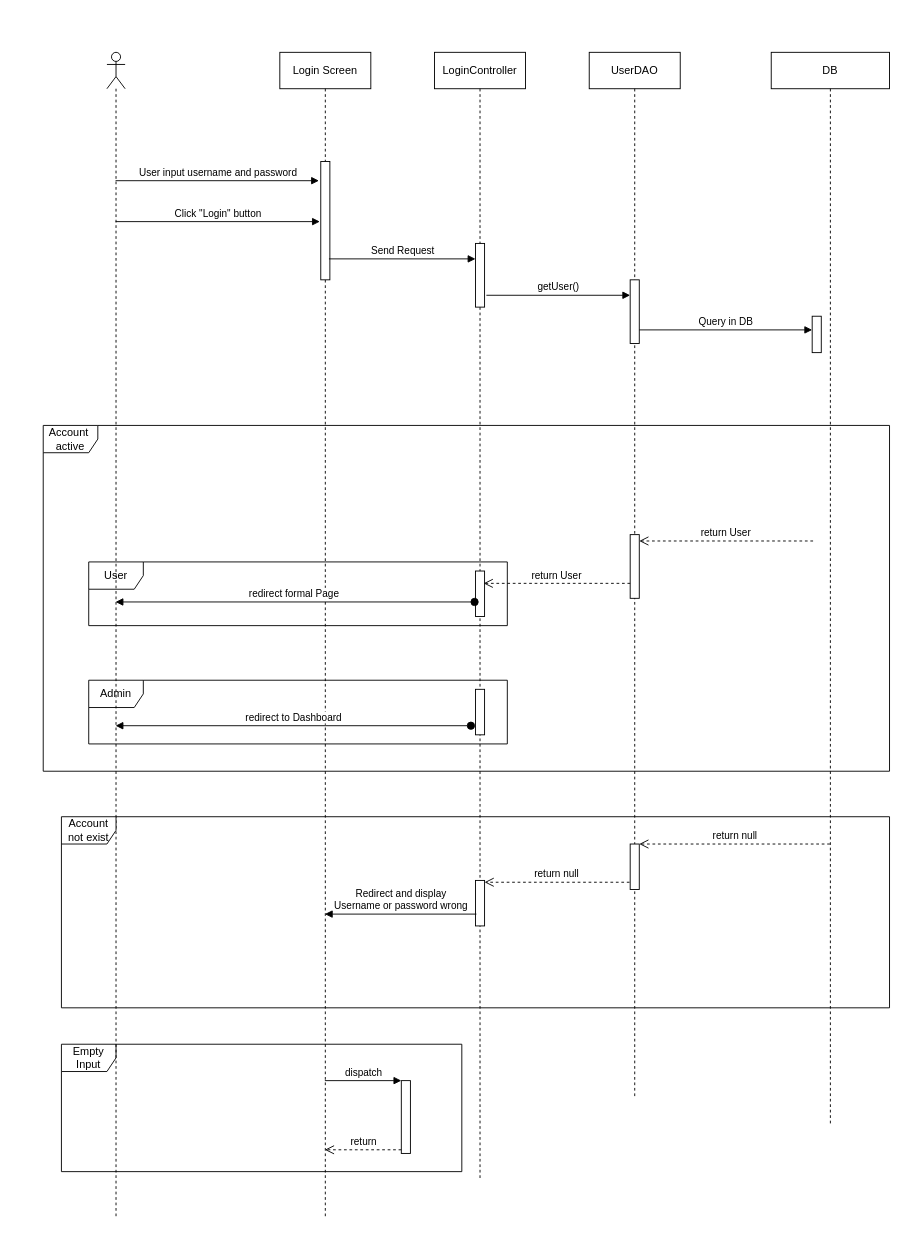
Earlier version of the draw.io diagram page "login 2" (2 of 6) of te1.drawio (baspdd/desktop-tutorial). Source tidied: cells renumbered, new cells numbered last; positions are measured from the earlier drawing's top-left corner, leaving out a move shared by most shapes. Both pictures are drawn from the tidied source at 91%, with x=0, y=0 at pixel (43, 52).
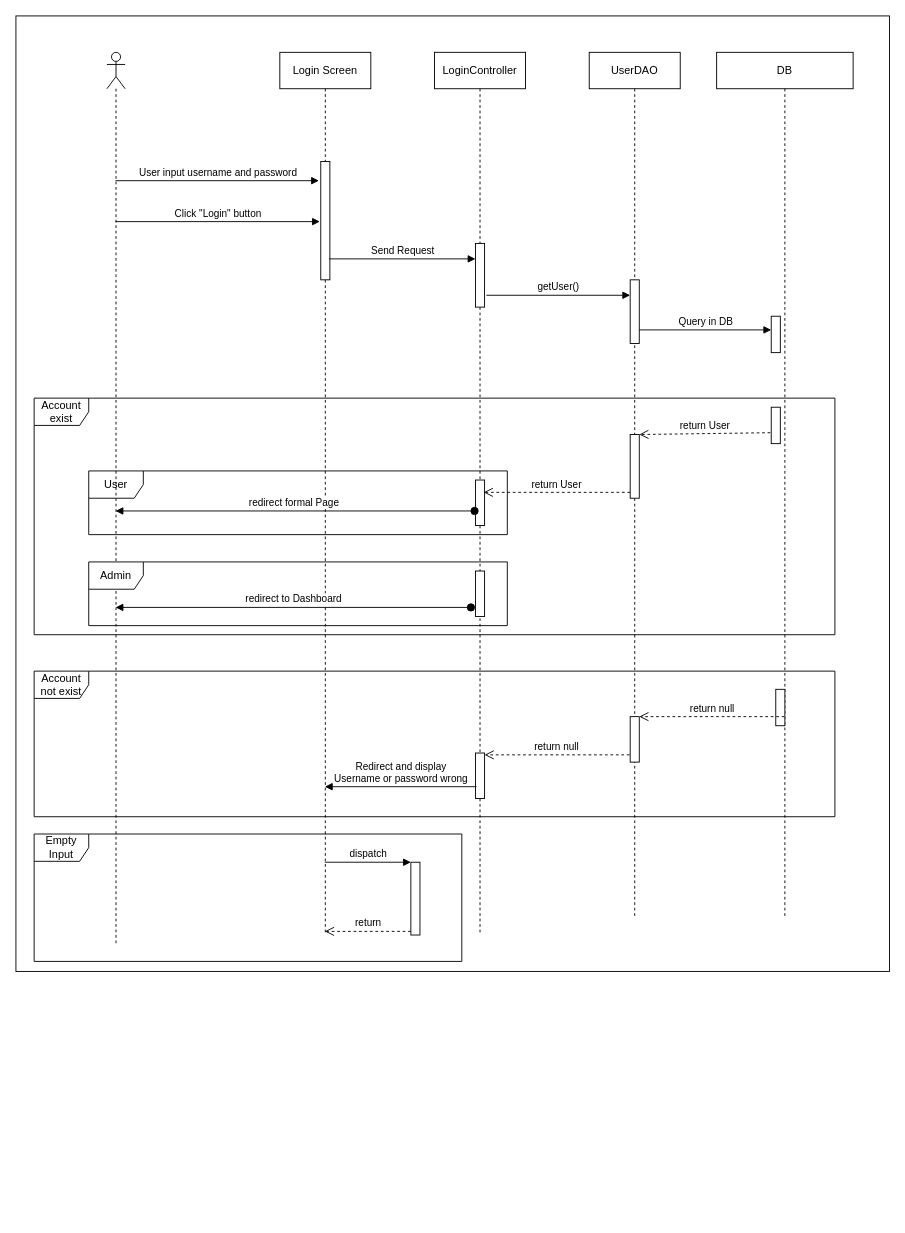
After the change.

The edit, as a diff of the source:
```diff
@@
+    <mxCell id="36" style="rounded=0;whiteSpace=wrap;html=1;" parent="1" vertex="1">
+      <mxGeometry x="-30" y="-40" width="960" height="1050" as="geometry" />
+    </mxCell>
     <mxCell id="2" value="Empty Input" style="shape=umlFrame;whiteSpace=wrap;html=1;" parent="1" vertex="1">
-      <mxGeometry x="20" y="1090" width="440" height="140" as="geometry" />
+      <mxGeometry x="-10" y="859" width="470" height="140" as="geometry" />
     </mxCell>
     <mxCell id="3" value="User" style="shape=umlFrame;whiteSpace=wrap;html=1;" parent="1" vertex="1">
-      <mxGeometry x="50" y="560" width="460" height="70" as="geometry" />
+      <mxGeometry x="50" y="460" width="460" height="70" as="geometry" />
     </mxCell>
-    <mxCell id="4" value="Admin" style="shape=umlFrame;whiteSpace=wrap;html=1;" parent="1" vertex="1">
-      <mxGeometry x="50" y="690" width="460" height="70" as="geometry" />
-    </mxCell>
-    <mxCell id="5" value="Account&amp;nbsp; active" style="shape=umlFrame;whiteSpace=wrap;html=1;" parent="1" vertex="1">
-      <mxGeometry y="410" width="930" height="380" as="geometry" />
-    </mxCell>
     <mxCell id="6" style="shape=umlLifeline;participant=umlActor;perimeter=lifelinePerimeter;whiteSpace=wrap;html=1;verticalAlign=top;spacingTop=36;outlineConnect=0;" parent="1" vertex="1">
-      <mxGeometry x="70" width="20" height="1280" as="geometry" />
+      <mxGeometry x="70" width="20" height="980" as="geometry" />
     </mxCell>
     <mxCell id="7" value="Login Screen" style="shape=umlLifeline;perimeter=lifelinePerimeter;whiteSpace=wrap;html=1;outlineConnect=0;" parent="1" vertex="1">
-      <mxGeometry x="260" width="100" height="1280" as="geometry" />
+      <mxGeometry x="260" width="100" height="970" as="geometry" />
     </mxCell>
@@
     <mxCell id="11" value="LoginController" style="shape=umlLifeline;perimeter=lifelinePerimeter;whiteSpace=wrap;html=1;" parent="1" vertex="1">
-      <mxGeometry x="430" width="100" height="1240" as="geometry" />
+      <mxGeometry x="430" width="100" height="970" as="geometry" />
     </mxCell>
@@
     <mxCell id="13" style="html=1;points=[];perimeter=orthogonalPerimeter;" parent="11" vertex="1">
-      <mxGeometry x="45" y="570" width="10" height="50" as="geometry" />
+      <mxGeometry x="45" y="470" width="10" height="50" as="geometry" />
     </mxCell>
     <mxCell id="14" style="html=1;perimeter=orthogonalPerimeter;" parent="11" vertex="1">
-      <mxGeometry x="45" y="700" width="10" height="50" as="geometry" />
+      <mxGeometry x="45" y="570" width="10" height="50" as="geometry" />
     </mxCell>
     <mxCell id="15" style="html=1;points=[];perimeter=orthogonalPerimeter;" parent="11" vertex="1">
-      <mxGeometry x="45" y="910" width="10" height="50" as="geometry" />
+      <mxGeometry x="45" y="770" width="10" height="50" as="geometry" />
     </mxCell>
+    <mxCell id="4" value="Admin" style="shape=umlFrame;whiteSpace=wrap;html=1;" parent="11" vertex="1">
+      <mxGeometry x="-380" y="560" width="460" height="70" as="geometry" />
+    </mxCell>
@@
     <mxCell id="18" value="UserDAO" style="shape=umlLifeline;perimeter=lifelinePerimeter;whiteSpace=wrap;html=1;" parent="1" vertex="1">
-      <mxGeometry x="600" width="100" height="1150" as="geometry" />
+      <mxGeometry x="600" width="100" height="950" as="geometry" />
     </mxCell>
@@
     <mxCell id="20" style="html=1;points=[];perimeter=orthogonalPerimeter;" parent="18" vertex="1">
-      <mxGeometry x="45" y="530" width="10" height="70" as="geometry" />
+      <mxGeometry x="45" y="420" width="10" height="70" as="geometry" />
     </mxCell>
     <mxCell id="21" style="html=1;points=[];perimeter=orthogonalPerimeter;" parent="18" vertex="1">
-      <mxGeometry x="45" y="870" width="10" height="50" as="geometry" />
+      <mxGeometry x="45" y="730" width="10" height="50" as="geometry" />
     </mxCell>
     <mxCell id="22" value="DB" style="shape=umlLifeline;perimeter=lifelinePerimeter;whiteSpace=wrap;html=1;outlineConnect=0;" parent="1" vertex="1">
-      <mxGeometry x="800" width="130" height="1180" as="geometry" />
+      <mxGeometry x="740" width="150" height="950" as="geometry" />
     </mxCell>
     <mxCell id="23" style="html=1;points=[];perimeter=orthogonalPerimeter;" parent="22" vertex="1">
-      <mxGeometry x="45" y="290" width="10" height="40" as="geometry" />
+      <mxGeometry x="60" y="290" width="10" height="40" as="geometry" />
     </mxCell>
-    <mxCell id="24" value="Account not exist" style="shape=umlFrame;whiteSpace=wrap;html=1;" parent="22" vertex="1">
-      <mxGeometry x="-780" y="840" width="910" height="210" as="geometry" />
-    </mxCell>
+    <mxCell id="37" style="html=1;points=[];perimeter=orthogonalPerimeter;" parent="22" vertex="1">
+      <mxGeometry x="60" y="390" width="10" height="40" as="geometry" />
+    </mxCell>
+    <mxCell id="38" style="html=1;perimeter=orthogonalPerimeter;" parent="22" vertex="1">
+      <mxGeometry x="65" y="700" width="10" height="40" as="geometry" />
+    </mxCell>
@@
-    <mxCell id="26" value="return User" style="html=1;verticalAlign=bottom;endArrow=open;dashed=1;endSize=8;rounded=0;exitX=0.1;exitY=0.814;exitDx=0;exitDy=0;exitPerimeter=0;" parent="1" edge="1" target="20">
-      <mxGeometry relative="1" as="geometry">
-        <mxPoint x="846" y="537" as="sourcePoint" />
-      </mxGeometry>
+    <mxCell id="26" value="return User" style="html=1;verticalAlign=bottom;endArrow=open;dashed=1;endSize=8;rounded=0;exitX=-0.1;exitY=0.7;exitDx=0;exitDy=0;exitPerimeter=0;" parent="1" edge="1" source="37" target="20">
+      <mxGeometry relative="1" as="geometry" />
     </mxCell>
@@
     <mxCell id="33" style="html=1;points=[];perimeter=orthogonalPerimeter;" parent="1" vertex="1">
-      <mxGeometry x="393.5" y="1130" width="10" height="80" as="geometry" />
+      <mxGeometry x="404" y="890" width="10" height="80" as="geometry" />
     </mxCell>
@@
+    <mxCell id="5" value="Account exist" style="shape=umlFrame;whiteSpace=wrap;html=1;" parent="1" vertex="1">
+      <mxGeometry x="-10" y="380" width="880" height="260" as="geometry" />
+    </mxCell>
+    <mxCell id="24" value="Account not exist" style="shape=umlFrame;whiteSpace=wrap;html=1;" parent="1" vertex="1">
+      <mxGeometry x="-10" y="680" width="880" height="160" as="geometry" />
+    </mxCell>
```
